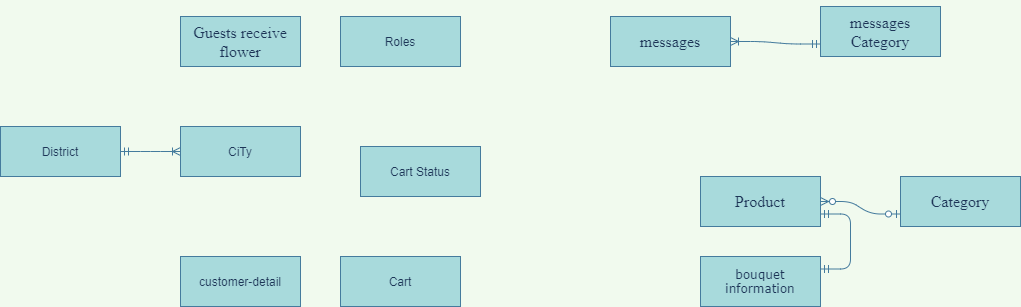
Earlier version of the draw.io export Untitled Diagram.png (maialino123/Eproject-SEM3). Source tidied: cells renumbered, new cells last; positions are measured from the earlier drawing's top-left corner, leaving out a move shared by most shapes.
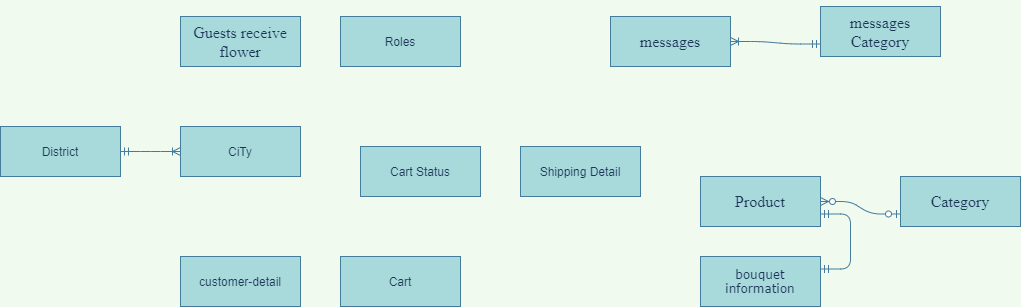
After the change.

Diff of the diagram source:
```diff
@@ -50,5 +50,8 @@
     <mxCell id="17" value="Cart" style="whiteSpace=wrap;html=1;align=center;rounded=0;sketch=0;fontColor=#1D3557;strokeColor=#457B9D;fillColor=#A8DADC;" parent="1" vertex="1">
       <mxGeometry x="340" y="250" width="120" height="50" as="geometry" />
     </mxCell>
+    <mxCell id="18" value="Shipping Detail" style="whiteSpace=wrap;html=1;align=center;rounded=0;sketch=0;fontColor=#1D3557;strokeColor=#457B9D;fillColor=#A8DADC;" parent="1" vertex="1">
+      <mxGeometry x="520" y="140" width="120" height="50" as="geometry" />
+    </mxCell>
   </root>
 </mxGraphModel>
```
